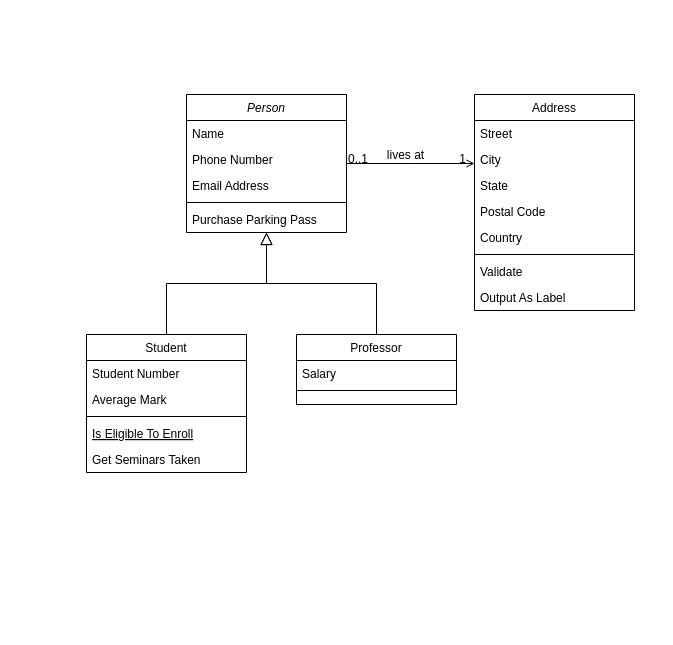
Above: Untitled Diagram.drawio in CrisNagar/CursosPlatzi (draw.io), before the change. Source tidied: cells renumbered, new cells numbered last; positions are measured from the earlier drawing's top-left corner, leaving out a move shared by most shapes. Both pictures are drawn from the tidied source at 100%, with x=0, y=0 at pixel (86, 94).
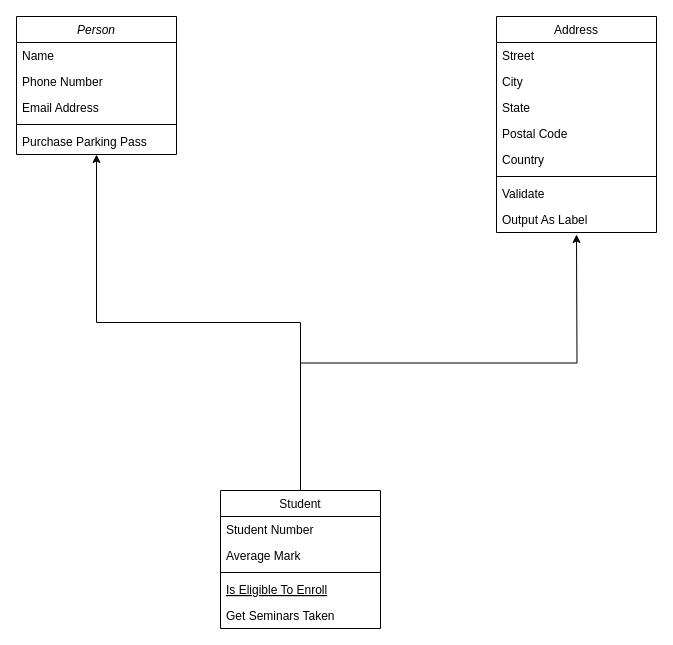
The same diagram, later.

Change to the diagram source:
```diff
@@
     <mxCell id="2" value="Person" style="swimlane;fontStyle=2;align=center;verticalAlign=top;horizontal=1;startSize=26;rounded=0;shadow=0;strokeWidth=1;" parent="1" vertex="1">
-      <mxGeometry x="100" width="160" height="138" as="geometry" />
+      <mxGeometry x="-70" y="-78" width="160" height="138" as="geometry" />
     </mxCell>
@@
+    <mxCell id="32" style="edgeStyle=orthogonalEdgeStyle;rounded=0;jettySize=auto;html=1;exitX=0.5;exitY=0;exitDx=0;exitDy=0;" parent="1" edge="1" source="8">
+      <mxGeometry relative="1" as="geometry">
+        <mxPoint x="490" y="140" as="targetPoint" />
+      </mxGeometry>
+    </mxCell>
     <mxCell id="8" value="Student" style="swimlane;fontStyle=0;align=center;verticalAlign=top;horizontal=1;startSize=26;rounded=0;shadow=0;strokeWidth=1;" parent="1" vertex="1">
-      <mxGeometry y="240" width="160" height="138" as="geometry" />
+      <mxGeometry x="134" y="396" width="160" height="138" as="geometry" />
     </mxCell>
@@
-    <mxCell id="14" style="endArrow=block;endSize=10;endFill=0;shadow=0;strokeWidth=1;rounded=0;edgeStyle=elbowEdgeStyle;elbow=vertical;" parent="1" edge="1" source="8" target="2">
+    <mxCell id="14" style="endArrow=classic;endFill=1;shadow=0;strokeWidth=1;rounded=0;edgeStyle=elbowEdgeStyle;elbow=vertical;" parent="1" edge="1" source="8" target="2">
       <mxGeometry relative="1" as="geometry" />
     </mxCell>
-    <mxCell id="15" value="Professor" style="swimlane;fontStyle=0;align=center;verticalAlign=top;horizontal=1;startSize=26;rounded=0;shadow=0;strokeWidth=1;" parent="1" vertex="1">
-      <mxGeometry x="210" y="240" width="160" height="70" as="geometry" />
-    </mxCell>
-    <mxCell id="16" value="Salary" style="text;align=left;verticalAlign=top;spacingLeft=4;spacingRight=4;overflow=hidden;" parent="15" vertex="1">
-      <mxGeometry y="26" width="160" height="26" as="geometry" />
-    </mxCell>
-    <mxCell id="17" style="line;html=1;strokeWidth=1;align=left;verticalAlign=middle;spacingTop=-1;spacingLeft=3;spacingRight=3;labelPosition=right;" parent="15" vertex="1">
-      <mxGeometry y="52" width="160" height="8" as="geometry" />
-    </mxCell>
-    <mxCell id="18" style="endArrow=block;endSize=10;endFill=0;shadow=0;strokeWidth=1;rounded=0;edgeStyle=elbowEdgeStyle;elbow=vertical;" parent="1" edge="1" source="15" target="2">
-      <mxGeometry relative="1" as="geometry" />
-    </mxCell>
     <mxCell id="19" value="Address" style="swimlane;fontStyle=0;align=center;verticalAlign=top;horizontal=1;startSize=26;rounded=0;shadow=0;strokeWidth=1;" parent="1" vertex="1">
-      <mxGeometry x="388" width="160" height="216" as="geometry" />
+      <mxGeometry x="410" y="-78" width="160" height="216" as="geometry" />
     </mxCell>
@@
-    <mxCell id="28" style="endArrow=open;shadow=0;strokeWidth=1;rounded=0;endFill=1;edgeStyle=elbowEdgeStyle;elbow=vertical;" parent="1" edge="1" source="2" target="19">
-      <mxGeometry x="0.5" y="41" relative="1" as="geometry">
-        <mxPoint x="-40" y="32" as="offset" />
-      </mxGeometry>
-    </mxCell>
-    <mxCell id="29" value="0..1" style="align=left;verticalAlign=bottom;labelBackgroundColor=none;fontSize=12;" parent="28" vertex="1">
-      <mxGeometry x="-1" relative="1" as="geometry">
-        <mxPoint y="4" as="offset" />
-      </mxGeometry>
-    </mxCell>
-    <mxCell id="30" value="1" style="align=right;verticalAlign=bottom;labelBackgroundColor=none;fontSize=12;" parent="28" vertex="1">
-      <mxGeometry x="1" relative="1" as="geometry">
-        <mxPoint x="-7" y="4" as="offset" />
-      </mxGeometry>
-    </mxCell>
-    <mxCell id="31" value="lives at" style="text;html=1;align=center;verticalAlign=middle;labelBackgroundColor=none;rounded=0;shadow=0;strokeWidth=1;fontSize=12;" parent="28" vertex="1">
-      <mxGeometry x="0.5" y="49" relative="1" as="geometry">
-        <mxPoint x="-38" y="40" as="offset" />
-      </mxGeometry>
-    </mxCell>
```
